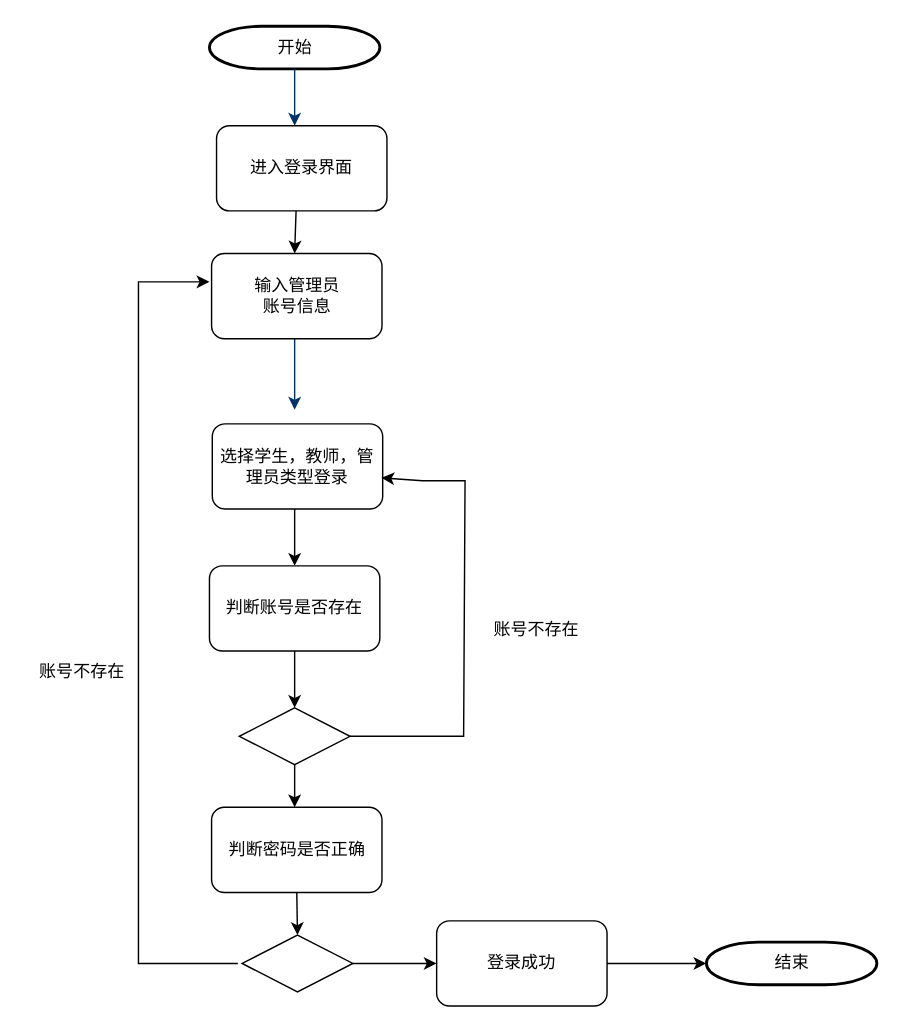
Before: 管理员账户登录.drawio in GrandeLai/StudentManagerUML, a draw.io diagram. Source tidied: cells renumbered, new cells numbered last; positions are measured from the earlier drawing's top-left corner, leaving out a move shared by most shapes. Both pictures are drawn from the tidied source at 142%, with x=0, y=0 at pixel (24, 26).
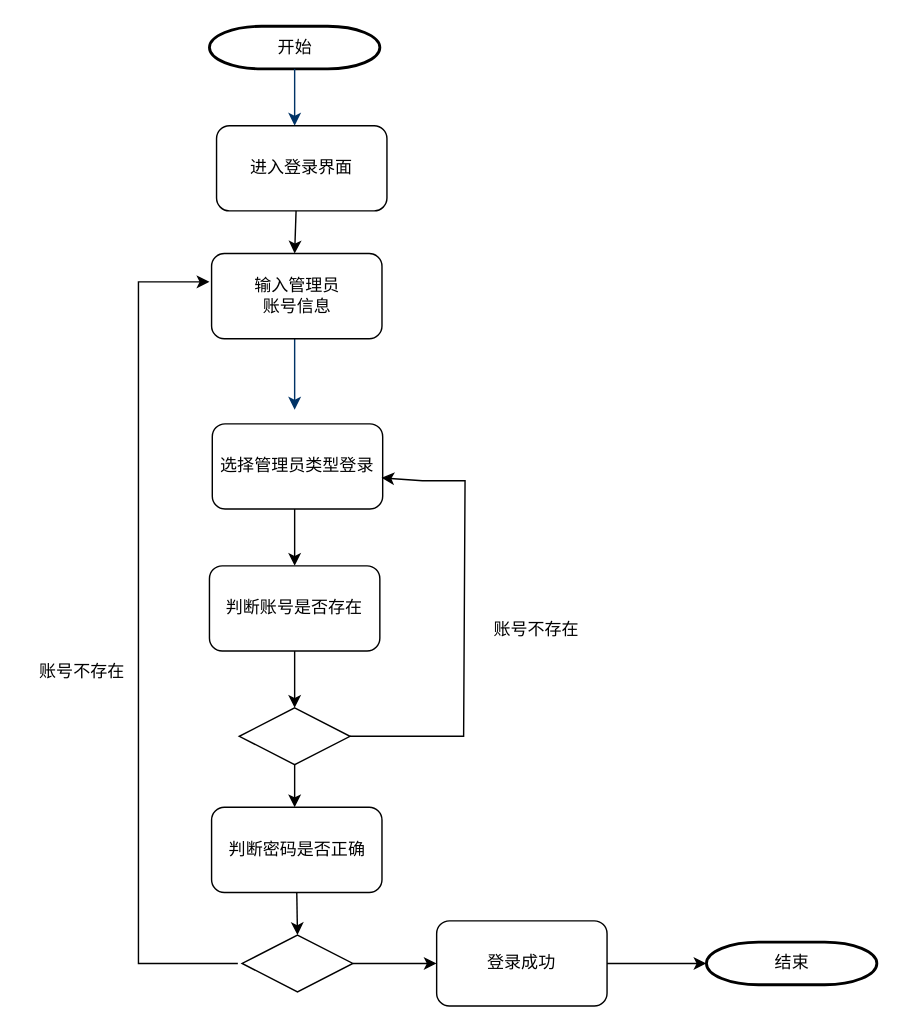
The same page after the edit.

Commit message:
更新管理员账户登录.drawio

Change to the diagram source:
```diff
@@
-    <mxCell id="8" value="选择学生，教师，管理员类型登录" style="rounded=1;whiteSpace=wrap;html=1;" parent="1" vertex="1">
+    <mxCell id="8" value="选择管理员类型登录" style="rounded=1;whiteSpace=wrap;html=1;" parent="1" vertex="1">
       <mxGeometry x="132" y="280" width="120" height="60" as="geometry" />
     </mxCell>
```
